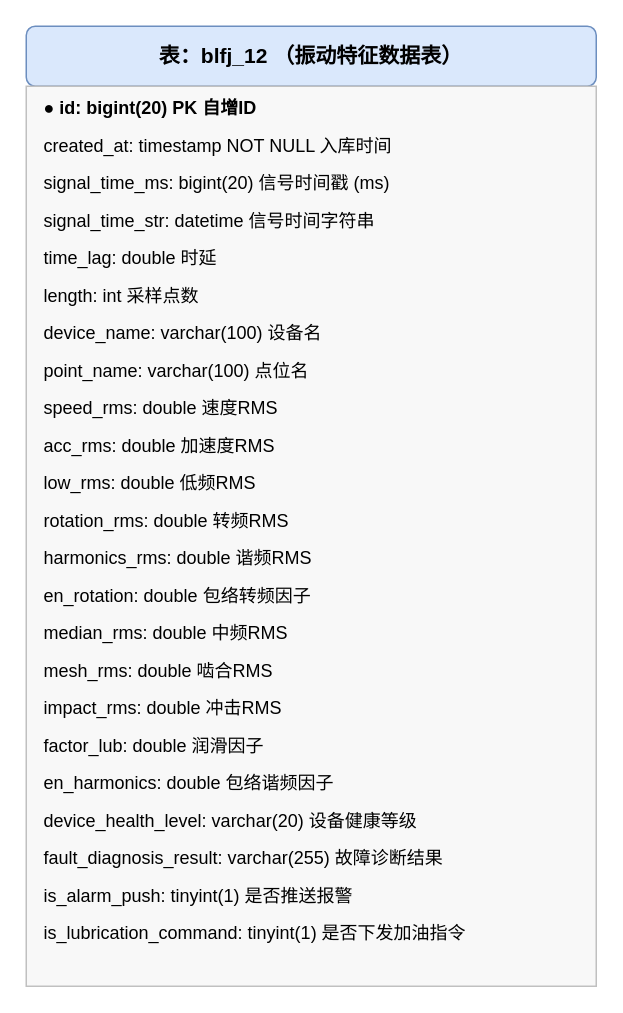
This is 振动异常数据库.drawio from 729973389/picture, a draw.io file, before an edit. Source tidied: cells renumbered, new cells numbered last; positions are measured from the earlier drawing's top-left corner, leaving out a move shared by most shapes. Both pictures are drawn from the tidied source at 150%, with x=0, y=0 at pixel (26, 26).
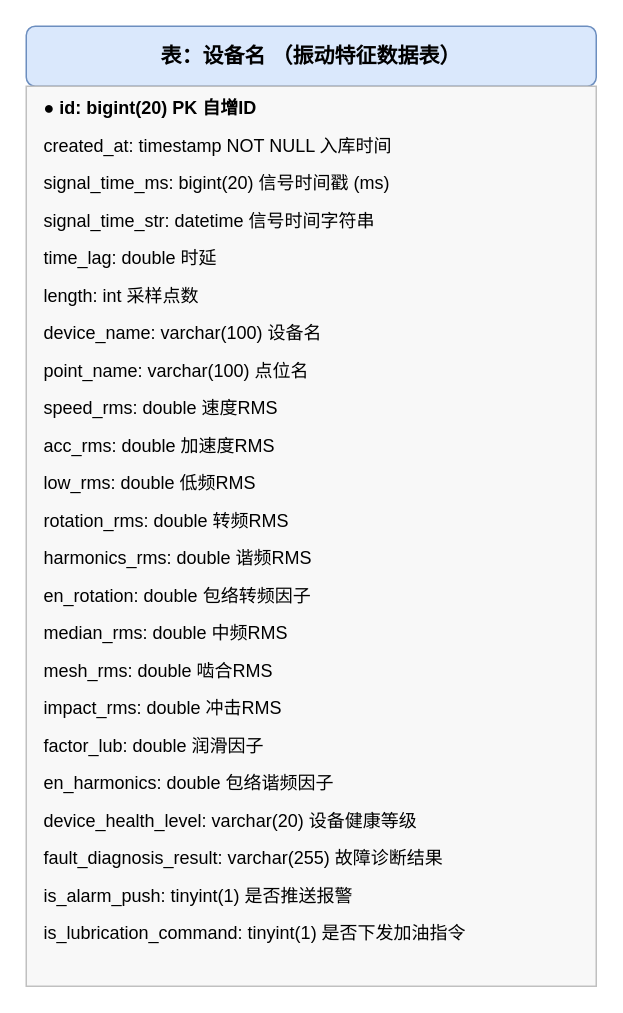
The same page after the edit.

Commit message:
更新振动异常数据库.drawio

What changed in the source:
```diff
@@
-    <mxCell id="2" value="表：blfj_12 （振动特征数据表）" style="rounded=1;whiteSpace=wrap;html=1;fillColor=#dae8fc;strokeColor=#6c8ebf;fontSize=14;fontStyle=1;" parent="1" vertex="1">
+    <mxCell id="2" value="表：设备名 （振动特征数据表）" style="rounded=1;whiteSpace=wrap;html=1;fillColor=#dae8fc;strokeColor=#6c8ebf;fontSize=14;fontStyle=1;" parent="1" vertex="1">
       <mxGeometry width="380" height="40" as="geometry" />
     </mxCell>
```
